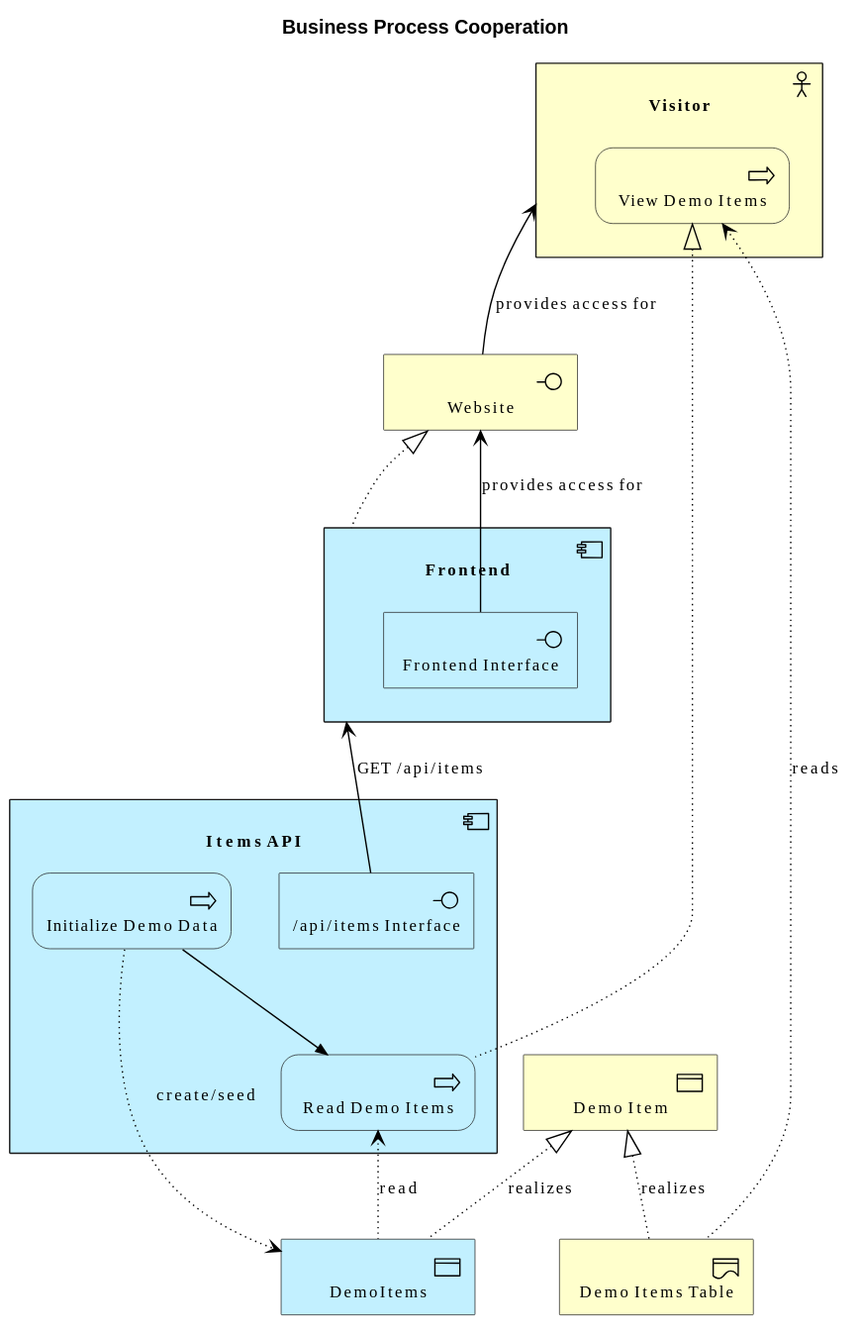
Earlier version of the PlantUML export diagrams/business/process-cooperation.svg (wolffy-au/frictionless-sample-azure).
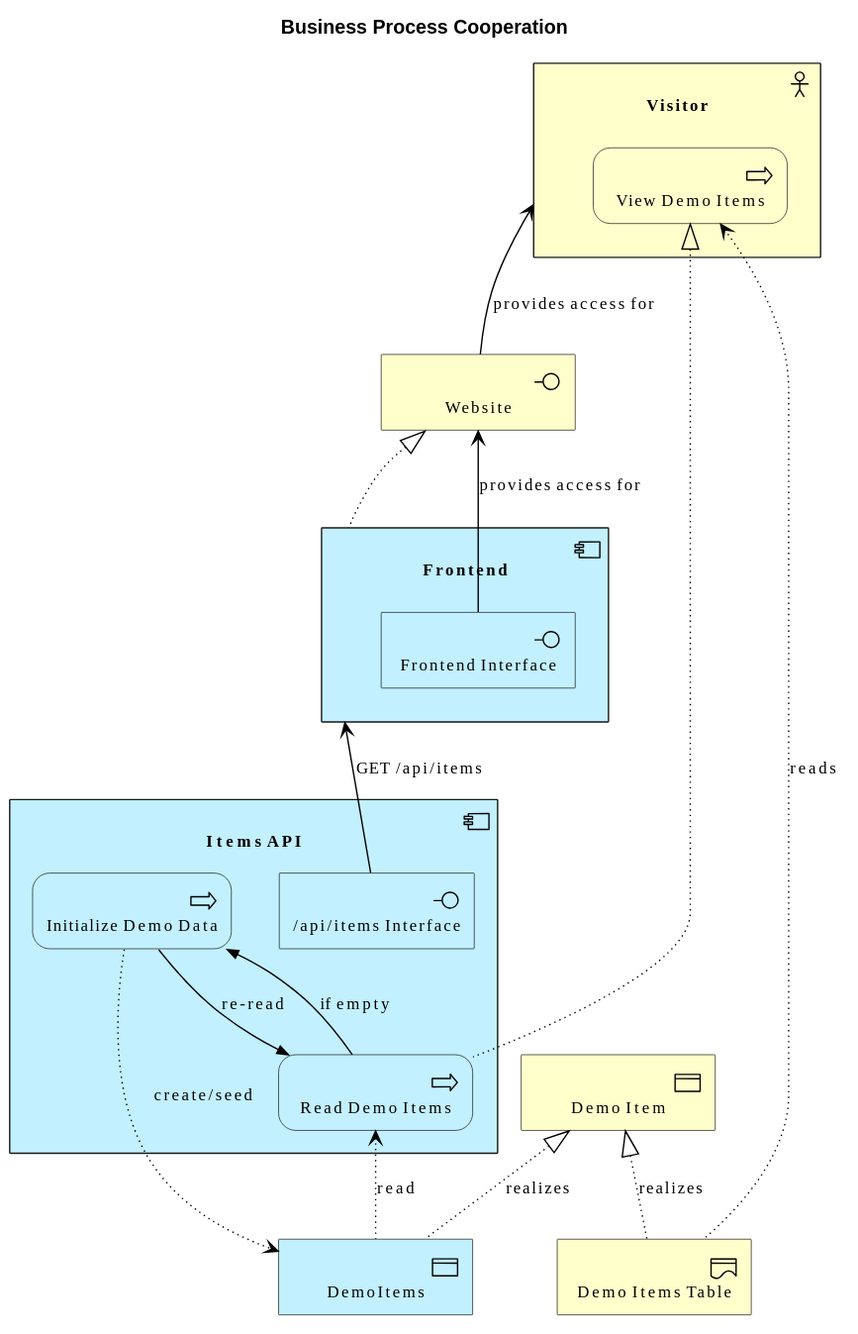
Above is the later version.

Commit message:
docs(architecture): model the read-first demo-items flow in sample-azure

The edit, as a diff of the source:
```diff
@@ -21,7 +21,8 @@
 Business_Representation(e_idbd4055139c8656, "Demo Items Table")
 
 Rel_Serving_Up(e_id27cc7f94392754, e_id859316e8097157, "GET /api/items")
-Rel_Triggering(e_id9e4601a2031c58, e_idf9a91550500455, "")
+Rel_Triggering(e_idf9a91550500455, e_id9e4601a2031c58, "if empty")
+Rel_Triggering(e_id9e4601a2031c58, e_idf9a91550500455, "re-read")
 Rel_Access_w(e_id9e4601a2031c58, e_id032efff5924e5e, "create/seed")
 Rel_Access_r(e_idf9a91550500455, e_id032efff5924e5e, "read")
 Rel_Serving_Up(e_id66a63993dfde51, e_id40e6f8deb4f45c, "provides access for")
```
